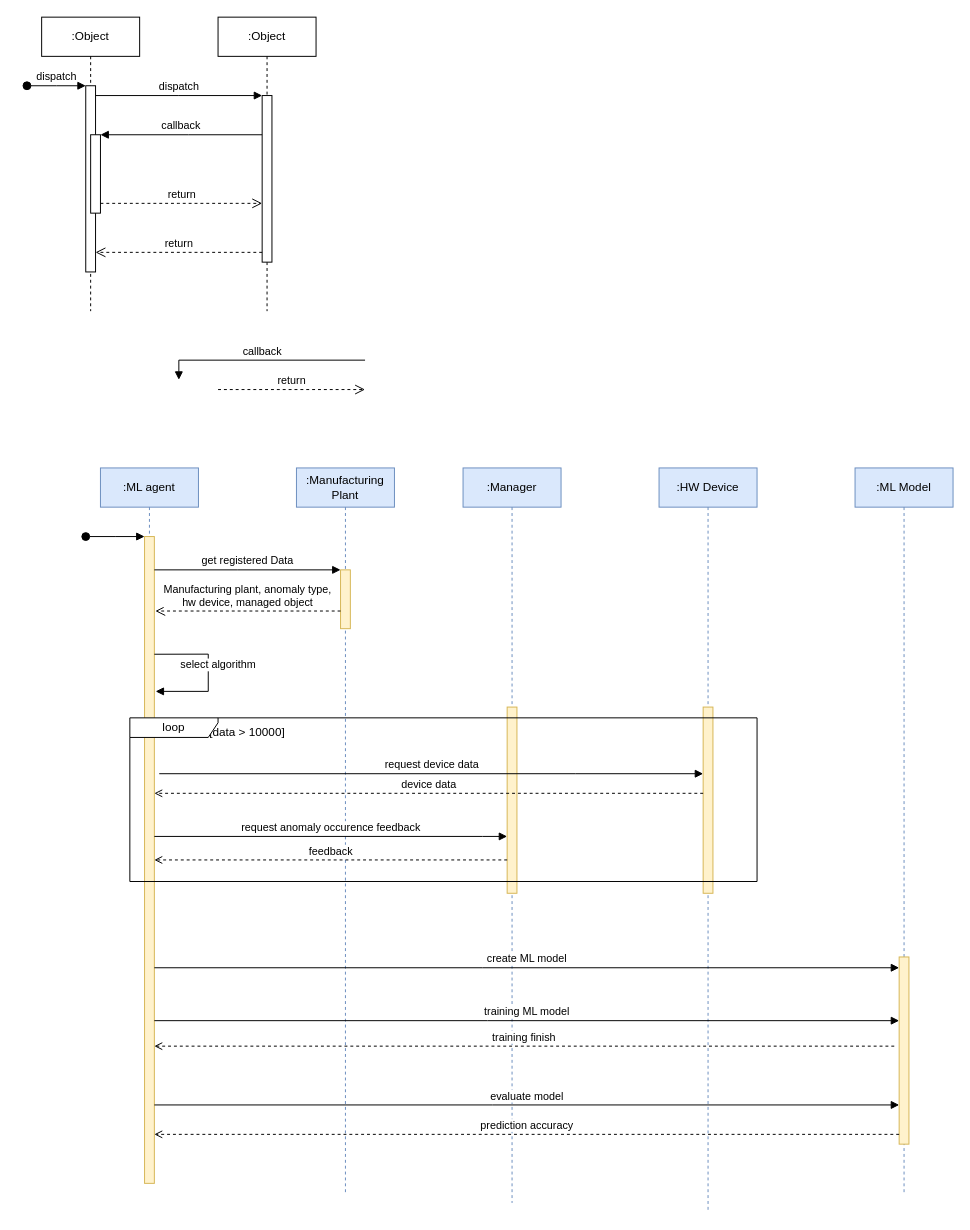
This is sequence_diagram_anomaly_detection.drawio from ShineSoYoung/TEST, a draw.io file, before an edit. Source tidied: cells renumbered, new cells numbered last; positions are measured from the earlier drawing's top-left corner, leaving out a move shared by most shapes. Both pictures are drawn from the tidied source at 98%, with x=0, y=0 at pixel (26, 17).
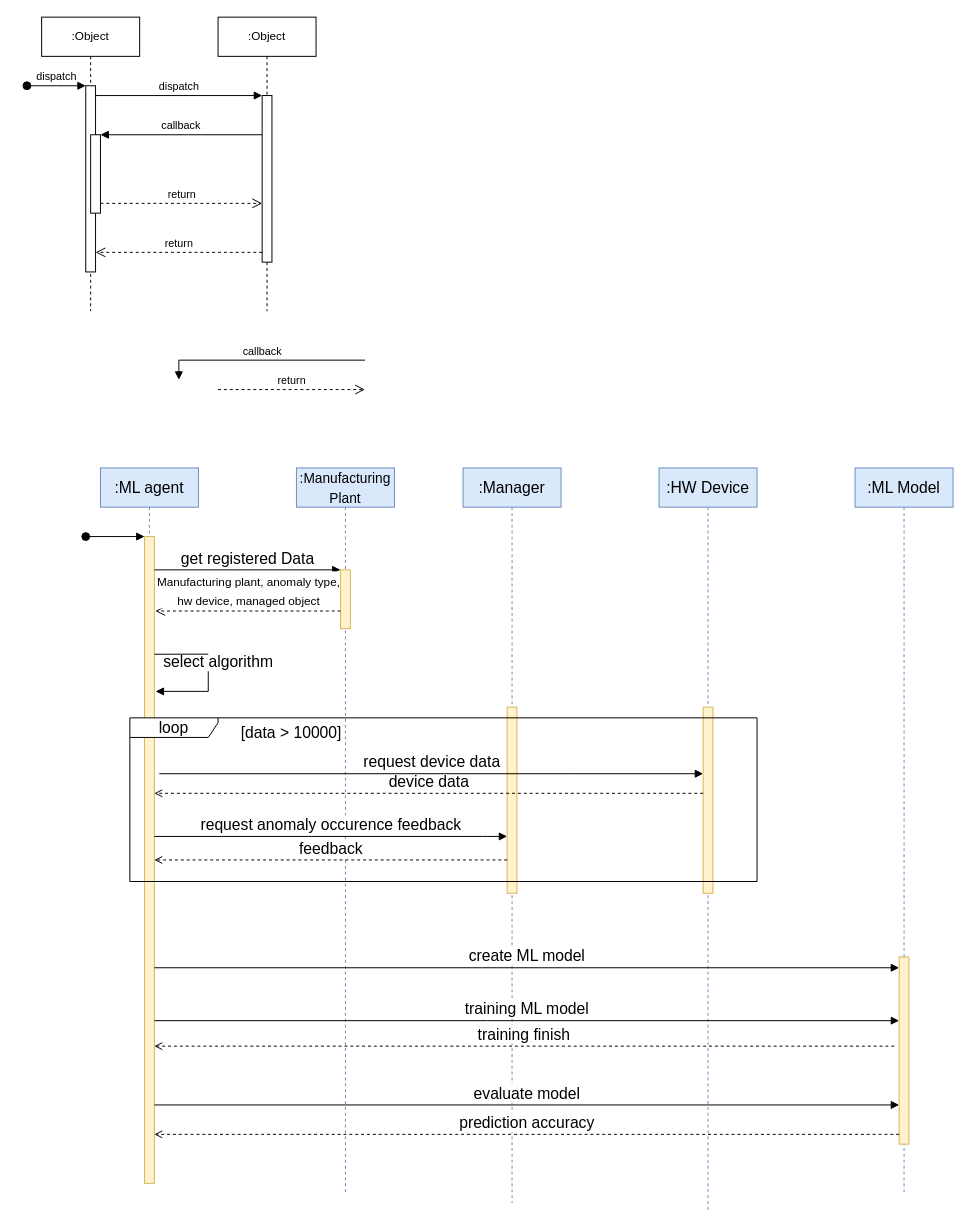
Above is the later version.

The change refers to these unchanged cells:
```xml
<mxCell id="14" style="html=1;points=[];perimeter=orthogonalPerimeter;outlineConnect=0;targetShapes=umlLifeline;portConstraint=eastwest;newEdgeStyle={&quot;edgeStyle&quot;:&quot;elbowEdgeStyle&quot;,&quot;elbow&quot;:&quot;vertical&quot;,&quot;curved&quot;:0,&quot;rounded&quot;:0};fillColor=#fff2cc;strokeColor=#d6b656;" parent="12" vertex="1">
  <mxGeometry x="45" y="70" width="10" height="660" as="geometry" />
</mxCell>
```

What changed in the source:
```diff
@@
-    <mxCell id="12" value=":ML agent" style="shape=umlLifeline;perimeter=lifelinePerimeter;whiteSpace=wrap;html=1;newEdgeStyle={&quot;edgeStyle&quot;:&quot;elbowEdgeStyle&quot;,&quot;elbow&quot;:&quot;vertical&quot;,&quot;curved&quot;:0,&quot;rounded&quot;:0};fillColor=#dae8fc;strokeColor=#6c8ebf;" parent="1" vertex="1">
+    <mxCell id="12" value=":ML agent" style="shape=umlLifeline;perimeter=lifelinePerimeter;whiteSpace=wrap;html=1;newEdgeStyle={&quot;edgeStyle&quot;:&quot;elbowEdgeStyle&quot;,&quot;elbow&quot;:&quot;vertical&quot;,&quot;curved&quot;:0,&quot;rounded&quot;:0};fillColor=#dae8fc;strokeColor=#6c8ebf;fontSize=16;" parent="1" vertex="1">
       <mxGeometry x="75" y="460" width="100" height="730" as="geometry" />
     </mxCell>
-    <mxCell id="13" style="html=1;verticalAlign=bottom;startArrow=oval;endArrow=block;startSize=8;edgeStyle=elbowEdgeStyle;elbow=vertical;curved=0;rounded=0;" parent="12" edge="1" target="14">
+    <mxCell id="13" style="html=1;verticalAlign=bottom;startArrow=oval;endArrow=block;startSize=8;edgeStyle=elbowEdgeStyle;elbow=vertical;curved=0;rounded=0;fontSize=16;" parent="12" edge="1" target="14">
       <mxGeometry relative="1" as="geometry">
         <mxPoint x="-15" y="70" as="sourcePoint" />
       </mxGeometry>
     </mxCell>
@@
-    <mxCell id="15" value=":Manufacturing Plant" style="shape=umlLifeline;perimeter=lifelinePerimeter;whiteSpace=wrap;html=1;newEdgeStyle={&quot;edgeStyle&quot;:&quot;elbowEdgeStyle&quot;,&quot;elbow&quot;:&quot;vertical&quot;,&quot;curved&quot;:0,&quot;rounded&quot;:0};fillColor=#dae8fc;strokeColor=#6c8ebf;" parent="1" vertex="1">
+    <mxCell id="15" value="&lt;font style=&quot;font-size: 14px;&quot;&gt;:Manufacturing Plant&lt;/font&gt;" style="shape=umlLifeline;perimeter=lifelinePerimeter;whiteSpace=wrap;html=1;newEdgeStyle={&quot;edgeStyle&quot;:&quot;elbowEdgeStyle&quot;,&quot;elbow&quot;:&quot;vertical&quot;,&quot;curved&quot;:0,&quot;rounded&quot;:0};fillColor=#dae8fc;strokeColor=#6c8ebf;fontSize=16;" parent="1" vertex="1">
       <mxGeometry x="275" y="460" width="100" height="740" as="geometry" />
     </mxCell>
-    <mxCell id="16" style="html=1;points=[];perimeter=orthogonalPerimeter;outlineConnect=0;targetShapes=umlLifeline;portConstraint=eastwest;newEdgeStyle={&quot;edgeStyle&quot;:&quot;elbowEdgeStyle&quot;,&quot;elbow&quot;:&quot;vertical&quot;,&quot;curved&quot;:0,&quot;rounded&quot;:0};fillColor=#fff2cc;strokeColor=#d6b656;" parent="15" vertex="1">
+    <mxCell id="16" style="html=1;points=[];perimeter=orthogonalPerimeter;outlineConnect=0;targetShapes=umlLifeline;portConstraint=eastwest;newEdgeStyle={&quot;edgeStyle&quot;:&quot;elbowEdgeStyle&quot;,&quot;elbow&quot;:&quot;vertical&quot;,&quot;curved&quot;:0,&quot;rounded&quot;:0};fillColor=#fff2cc;strokeColor=#d6b656;fontSize=16;" parent="15" vertex="1">
       <mxGeometry x="45" y="104" width="10" height="60" as="geometry" />
     </mxCell>
-    <mxCell id="17" value="get registered Data" style="html=1;verticalAlign=bottom;endArrow=block;edgeStyle=elbowEdgeStyle;elbow=vertical;curved=0;rounded=0;" parent="1" edge="1" target="16">
+    <mxCell id="17" value="get registered Data" style="html=1;verticalAlign=bottom;endArrow=block;edgeStyle=elbowEdgeStyle;elbow=vertical;curved=0;rounded=0;fontSize=16;" parent="1" edge="1" target="16">
       <mxGeometry relative="1" as="geometry">
         <mxPoint x="130" y="564" as="sourcePoint" />
         <Array as="points">
           <mxPoint x="215" y="564" />
         </Array>
       </mxGeometry>
     </mxCell>
@@
-    <mxCell id="20" value=":Manager" style="shape=umlLifeline;perimeter=lifelinePerimeter;whiteSpace=wrap;html=1;newEdgeStyle={&quot;edgeStyle&quot;:&quot;elbowEdgeStyle&quot;,&quot;elbow&quot;:&quot;vertical&quot;,&quot;curved&quot;:0,&quot;rounded&quot;:0};fillColor=#dae8fc;strokeColor=#6c8ebf;" parent="1" vertex="1">
+    <mxCell id="20" value=":Manager" style="shape=umlLifeline;perimeter=lifelinePerimeter;whiteSpace=wrap;html=1;newEdgeStyle={&quot;edgeStyle&quot;:&quot;elbowEdgeStyle&quot;,&quot;elbow&quot;:&quot;vertical&quot;,&quot;curved&quot;:0,&quot;rounded&quot;:0};fillColor=#dae8fc;strokeColor=#6c8ebf;fontSize=16;" parent="1" vertex="1">
       <mxGeometry x="445" y="460" width="100" height="750" as="geometry" />
     </mxCell>
-    <mxCell id="21" style="html=1;perimeter=orthogonalPerimeter;targetShapes=umlLifeline;newEdgeStyle={&quot;edgeStyle&quot;:&quot;elbowEdgeStyle&quot;,&quot;elbow&quot;:&quot;vertical&quot;,&quot;curved&quot;:0,&quot;rounded&quot;:0};fillColor=#fff2cc;strokeColor=#d6b656;" parent="20" vertex="1">
+    <mxCell id="21" style="html=1;perimeter=orthogonalPerimeter;targetShapes=umlLifeline;newEdgeStyle={&quot;edgeStyle&quot;:&quot;elbowEdgeStyle&quot;,&quot;elbow&quot;:&quot;vertical&quot;,&quot;curved&quot;:0,&quot;rounded&quot;:0};fillColor=#fff2cc;strokeColor=#d6b656;fontSize=16;" parent="20" vertex="1">
       <mxGeometry x="45" y="244" width="10" height="190" as="geometry" />
     </mxCell>
-    <mxCell id="22" value=":HW Device" style="shape=umlLifeline;perimeter=lifelinePerimeter;whiteSpace=wrap;html=1;newEdgeStyle={&quot;edgeStyle&quot;:&quot;elbowEdgeStyle&quot;,&quot;elbow&quot;:&quot;vertical&quot;,&quot;curved&quot;:0,&quot;rounded&quot;:0};fillColor=#dae8fc;strokeColor=#6c8ebf;" parent="1" vertex="1">
+    <mxCell id="22" value=":HW Device" style="shape=umlLifeline;perimeter=lifelinePerimeter;whiteSpace=wrap;html=1;newEdgeStyle={&quot;edgeStyle&quot;:&quot;elbowEdgeStyle&quot;,&quot;elbow&quot;:&quot;vertical&quot;,&quot;curved&quot;:0,&quot;rounded&quot;:0};fillColor=#dae8fc;strokeColor=#6c8ebf;fontSize=16;" parent="1" vertex="1">
       <mxGeometry x="645" y="460" width="100" height="760" as="geometry" />
     </mxCell>
-    <mxCell id="23" style="html=1;perimeter=orthogonalPerimeter;targetShapes=umlLifeline;newEdgeStyle={&quot;edgeStyle&quot;:&quot;elbowEdgeStyle&quot;,&quot;elbow&quot;:&quot;vertical&quot;,&quot;curved&quot;:0,&quot;rounded&quot;:0};fillColor=#fff2cc;strokeColor=#d6b656;" parent="22" vertex="1">
+    <mxCell id="23" style="html=1;perimeter=orthogonalPerimeter;targetShapes=umlLifeline;newEdgeStyle={&quot;edgeStyle&quot;:&quot;elbowEdgeStyle&quot;,&quot;elbow&quot;:&quot;vertical&quot;,&quot;curved&quot;:0,&quot;rounded&quot;:0};fillColor=#fff2cc;strokeColor=#d6b656;fontSize=16;" parent="22" vertex="1">
       <mxGeometry x="45" y="244" width="10" height="190" as="geometry" />
     </mxCell>
-    <mxCell id="24" value="Manufacturing plant, anomaly type, &lt;br&gt;hw device, managed object&lt;br&gt;" style="html=1;verticalAlign=bottom;endArrow=open;dashed=1;endSize=8;edgeStyle=elbowEdgeStyle;elbow=vertical;curved=0;rounded=0;" parent="1" edge="1" source="16">
-      <mxGeometry relative="1" as="geometry">
+    <mxCell id="24" value="&lt;font style=&quot;font-size: 12px;&quot;&gt;Manufacturing plant, anomaly type, &lt;br style=&quot;&quot;&gt;hw device, managed object&lt;/font&gt;" style="html=1;verticalAlign=bottom;endArrow=open;dashed=1;endSize=8;edgeStyle=elbowEdgeStyle;elbow=vertical;curved=0;rounded=0;fontSize=16;" parent="1" edge="1" source="16">
+      <mxGeometry x="-0.01" relative="1" as="geometry">
         <mxPoint x="131" y="606" as="targetPoint" />
         <Array as="points">
           <mxPoint x="226" y="606" />
         </Array>
       </mxGeometry>
     </mxCell>
-    <mxCell id="25" value="request anomaly occurence feedback" style="html=1;verticalAlign=bottom;endArrow=block;edgeStyle=elbowEdgeStyle;elbow=vertical;curved=0;rounded=0;" parent="1" edge="1">
+    <mxCell id="25" value="request anomaly occurence feedback" style="html=1;verticalAlign=bottom;endArrow=block;edgeStyle=elbowEdgeStyle;elbow=vertical;curved=0;rounded=0;fontSize=16;" parent="1" edge="1">
       <mxGeometry relative="1" as="geometry">
         <mxPoint x="130" y="836" as="sourcePoint" />
         <mxPoint x="490" y="836" as="targetPoint" />
         <Array as="points">
           <mxPoint x="465" y="836" />
           <mxPoint x="185" y="646" />
           <mxPoint x="295" y="646" />
           <mxPoint x="225" y="566" />
         </Array>
       </mxGeometry>
     </mxCell>
-    <mxCell id="26" value="[data &amp;gt; 10000]" style="text;html=1;strokeColor=none;fillColor=none;align=center;verticalAlign=middle;whiteSpace=wrap;rounded=0;" parent="1" vertex="1">
-      <mxGeometry x="175" y="715" width="100" height="30" as="geometry" />
+    <mxCell id="26" value="[data &amp;gt; 10000]" style="text;html=1;strokeColor=none;fillColor=none;align=center;verticalAlign=middle;whiteSpace=wrap;rounded=0;fontSize=16;" parent="1" vertex="1">
+      <mxGeometry x="195" y="715" width="150" height="30" as="geometry" />
     </mxCell>
-    <mxCell id="27" value="device data" style="html=1;verticalAlign=bottom;endArrow=open;edgeStyle=elbowEdgeStyle;elbow=vertical;curved=0;rounded=0;endFill=0;dashed=1;" parent="1" edge="1">
+    <mxCell id="27" value="device data" style="html=1;verticalAlign=bottom;endArrow=open;edgeStyle=elbowEdgeStyle;elbow=vertical;curved=0;rounded=0;endFill=0;dashed=1;fontSize=16;" parent="1" edge="1">
       <mxGeometry relative="1" as="geometry">
         <mxPoint x="690" y="792" as="sourcePoint" />
         <mxPoint x="130" y="792" as="targetPoint" />
         <Array as="points">
           <mxPoint x="555" y="792" />
           <mxPoint x="665" y="792" />
           <mxPoint x="595" y="712" />
         </Array>
       </mxGeometry>
     </mxCell>
-    <mxCell id="28" value="loop" style="shape=umlFrame;whiteSpace=wrap;html=1;width=90;height=20;" parent="1" vertex="1">
+    <mxCell id="28" value="loop" style="shape=umlFrame;whiteSpace=wrap;html=1;width=90;height=20;fontSize=16;" parent="1" vertex="1">
       <mxGeometry x="105" y="715" width="640" height="167" as="geometry" />
     </mxCell>
-    <mxCell id="29" value="feedback" style="html=1;verticalAlign=bottom;endArrow=open;edgeStyle=elbowEdgeStyle;elbow=vertical;curved=0;rounded=0;endFill=0;dashed=1;" parent="1" edge="1">
+    <mxCell id="29" value="feedback" style="html=1;verticalAlign=bottom;endArrow=open;edgeStyle=elbowEdgeStyle;elbow=vertical;curved=0;rounded=0;endFill=0;dashed=1;fontSize=16;" parent="1" edge="1">
       <mxGeometry relative="1" as="geometry">
         <mxPoint x="490" y="860" as="sourcePoint" />
         <mxPoint x="130" y="860" as="targetPoint" />
         <Array as="points">
           <mxPoint x="185" y="860" />
           <mxPoint x="295" y="860" />
           <mxPoint x="225" y="780" />
         </Array>
       </mxGeometry>
     </mxCell>
-    <mxCell id="30" value="request device data" style="html=1;verticalAlign=bottom;endArrow=block;edgeStyle=elbowEdgeStyle;elbow=vertical;curved=0;rounded=0;" parent="1" edge="1">
+    <mxCell id="30" value="request device data" style="html=1;verticalAlign=bottom;endArrow=block;edgeStyle=elbowEdgeStyle;elbow=vertical;curved=0;rounded=0;fontSize=16;" parent="1" edge="1">
       <mxGeometry relative="1" as="geometry">
         <mxPoint x="135" y="772" as="sourcePoint" />
         <mxPoint x="690" y="772" as="targetPoint" />
         <Array as="points">
           <mxPoint x="560" y="772" />
           <mxPoint x="670" y="772" />
           <mxPoint x="600" y="692" />
         </Array>
       </mxGeometry>
     </mxCell>
-    <mxCell id="31" value=":ML Model" style="shape=umlLifeline;perimeter=lifelinePerimeter;whiteSpace=wrap;html=1;newEdgeStyle={&quot;edgeStyle&quot;:&quot;elbowEdgeStyle&quot;,&quot;elbow&quot;:&quot;vertical&quot;,&quot;curved&quot;:0,&quot;rounded&quot;:0};fillColor=#dae8fc;strokeColor=#6c8ebf;" parent="1" vertex="1">
+    <mxCell id="31" value=":ML Model" style="shape=umlLifeline;perimeter=lifelinePerimeter;whiteSpace=wrap;html=1;newEdgeStyle={&quot;edgeStyle&quot;:&quot;elbowEdgeStyle&quot;,&quot;elbow&quot;:&quot;vertical&quot;,&quot;curved&quot;:0,&quot;rounded&quot;:0};fillColor=#dae8fc;strokeColor=#6c8ebf;fontSize=16;" parent="1" vertex="1">
       <mxGeometry x="845" y="460" width="100" height="740" as="geometry" />
     </mxCell>
-    <mxCell id="32" style="html=1;points=[];perimeter=orthogonalPerimeter;outlineConnect=0;targetShapes=umlLifeline;portConstraint=eastwest;newEdgeStyle={&quot;edgeStyle&quot;:&quot;elbowEdgeStyle&quot;,&quot;elbow&quot;:&quot;vertical&quot;,&quot;curved&quot;:0,&quot;rounded&quot;:0};fillColor=#fff2cc;strokeColor=#d6b656;" parent="31" vertex="1">
+    <mxCell id="32" style="html=1;points=[];perimeter=orthogonalPerimeter;outlineConnect=0;targetShapes=umlLifeline;portConstraint=eastwest;newEdgeStyle={&quot;edgeStyle&quot;:&quot;elbowEdgeStyle&quot;,&quot;elbow&quot;:&quot;vertical&quot;,&quot;curved&quot;:0,&quot;rounded&quot;:0};fillColor=#fff2cc;strokeColor=#d6b656;fontSize=16;" parent="31" vertex="1">
       <mxGeometry x="45" y="499" width="10" height="191" as="geometry" />
     </mxCell>
-    <mxCell id="33" value="training ML model" style="html=1;verticalAlign=bottom;endArrow=block;edgeStyle=elbowEdgeStyle;elbow=vertical;curved=0;rounded=0;" parent="1" edge="1">
+    <mxCell id="33" value="training ML model" style="html=1;verticalAlign=bottom;endArrow=block;edgeStyle=elbowEdgeStyle;elbow=vertical;curved=0;rounded=0;fontSize=16;" parent="1" edge="1">
       <mxGeometry relative="1" as="geometry">
         <mxPoint x="130" y="1024" as="sourcePoint" />
         <mxPoint x="890" y="1024" as="targetPoint" />
         <Array as="points">
           <mxPoint x="470" y="1024" />
           <mxPoint x="190" y="834" />
           <mxPoint x="300" y="834" />
           <mxPoint x="230" y="754" />
         </Array>
       </mxGeometry>
     </mxCell>
-    <mxCell id="34" value="training finish" style="html=1;verticalAlign=bottom;endArrow=open;edgeStyle=elbowEdgeStyle;elbow=vertical;curved=0;rounded=0;endFill=0;dashed=1;" parent="1" edge="1">
+    <mxCell id="34" value="training finish" style="html=1;verticalAlign=bottom;endArrow=open;edgeStyle=elbowEdgeStyle;elbow=vertical;curved=0;rounded=0;endFill=0;dashed=1;fontSize=16;" parent="1" edge="1">
       <mxGeometry relative="1" as="geometry">
         <mxPoint x="885" y="1050" as="sourcePoint" />
         <mxPoint x="130" y="1050" as="targetPoint" />
         <Array as="points">
           <mxPoint x="210" y="1050" />
           <mxPoint x="320" y="1050" />
           <mxPoint x="250" y="970" />
         </Array>
       </mxGeometry>
     </mxCell>
-    <mxCell id="35" value="create ML model" style="html=1;verticalAlign=bottom;endArrow=block;edgeStyle=elbowEdgeStyle;elbow=vertical;curved=0;rounded=0;" parent="1" edge="1" source="14" target="32">
+    <mxCell id="35" value="create ML model" style="html=1;verticalAlign=bottom;endArrow=block;edgeStyle=elbowEdgeStyle;elbow=vertical;curved=0;rounded=0;fontSize=16;" parent="1" edge="1" source="14" target="32">
       <mxGeometry relative="1" as="geometry">
         <Array as="points">
           <mxPoint x="465" y="970" />
           <mxPoint x="185" y="780" />
           <mxPoint x="295" y="780" />
           <mxPoint x="225" y="700" />
         </Array>
       </mxGeometry>
     </mxCell>
-    <mxCell id="36" value="select algorithm" style="html=1;verticalAlign=bottom;endArrow=block;edgeStyle=elbowEdgeStyle;elbow=vertical;curved=0;rounded=0;" parent="1" edge="1">
+    <mxCell id="36" value="select algorithm" style="html=1;verticalAlign=bottom;endArrow=block;edgeStyle=elbowEdgeStyle;elbow=vertical;curved=0;rounded=0;fontSize=16;" parent="1" edge="1">
       <mxGeometry x="-0.56" y="10" relative="1" as="geometry">
         <mxPoint x="185" y="650" as="sourcePoint" />
         <mxPoint x="131.3" y="688" as="targetPoint" />
         <Array as="points">
           <mxPoint x="457" y="688" />
           <mxPoint x="482" y="802" />
           <mxPoint x="592" y="802" />
           <mxPoint x="522" y="722" />
         </Array>
       </mxGeometry>
     </mxCell>
-    <mxCell id="37" style="endArrow=none;html=1;rounded=0;entryX=0.5;entryY=0.182;entryDx=0;entryDy=0;entryPerimeter=0;" parent="1" edge="1">
+    <mxCell id="37" style="endArrow=none;html=1;rounded=0;entryX=0.5;entryY=0.182;entryDx=0;entryDy=0;entryPerimeter=0;fontSize=16;" parent="1" edge="1">
       <mxGeometry relative="1" as="geometry">
         <mxPoint x="185" y="650" as="sourcePoint" />
         <mxPoint x="130" y="650.1" as="targetPoint" />
       </mxGeometry>
     </mxCell>
-    <mxCell id="38" value="evaluate model" style="html=1;verticalAlign=bottom;endArrow=block;edgeStyle=elbowEdgeStyle;elbow=vertical;curved=0;rounded=0;" parent="1" edge="1" source="14" target="32">
+    <mxCell id="38" value="evaluate model" style="html=1;verticalAlign=bottom;endArrow=block;edgeStyle=elbowEdgeStyle;elbow=vertical;curved=0;rounded=0;fontSize=16;" parent="1" edge="1" source="14" target="32">
       <mxGeometry relative="1" as="geometry">
         <Array as="points">
           <mxPoint x="475" y="1110" />
           <mxPoint x="195" y="920" />
           <mxPoint x="305" y="920" />
           <mxPoint x="235" y="840" />
         </Array>
       </mxGeometry>
     </mxCell>
-    <mxCell id="39" value="prediction accuracy" style="html=1;verticalAlign=bottom;endArrow=open;edgeStyle=elbowEdgeStyle;elbow=vertical;curved=0;rounded=0;endFill=0;dashed=1;" parent="1" edge="1" source="32" target="14">
+    <mxCell id="39" value="prediction accuracy" style="html=1;verticalAlign=bottom;endArrow=open;edgeStyle=elbowEdgeStyle;elbow=vertical;curved=0;rounded=0;endFill=0;dashed=1;fontSize=16;" parent="1" edge="1" source="32" target="14">
       <mxGeometry relative="1" as="geometry">
         <Array as="points">
           <mxPoint x="575" y="1140" />
           <mxPoint x="475" y="1130" />
           <mxPoint x="220" y="1060" />
           <mxPoint x="330" y="1060" />
           <mxPoint x="260" y="980" />
         </Array>
       </mxGeometry>
     </mxCell>
```
